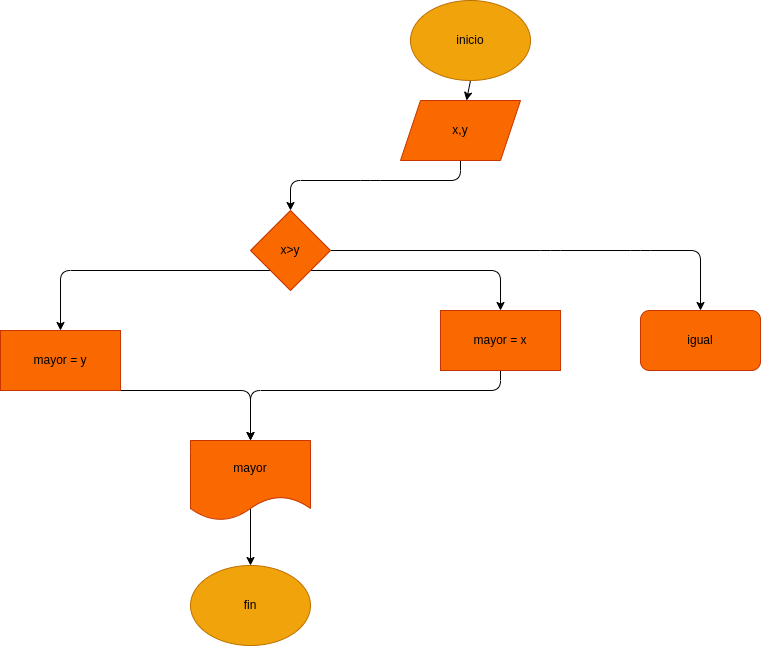
The draw.io diagram diagrama.png in fernandorangel2024/mayor_2enteros, before a commit. Source tidied: cells renumbered, new cells last; positions are measured from the earlier drawing's top-left corner, leaving out a move shared by most shapes.
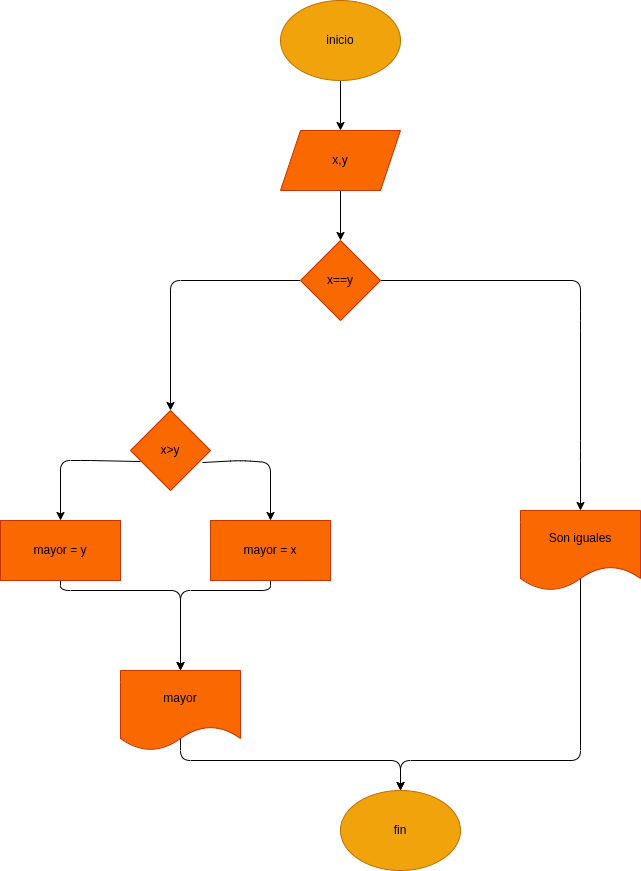
After the commit.

Commit message:
se agregó el progrma y el diagrama de flujo

The edit, as a diff of the source:
```diff
@@ -2,85 +2,105 @@
   <root>
     <mxCell id="0" />
     <mxCell id="1" parent="0" />
-    <mxCell id="2" style="edgeStyle=none;html=1;exitX=0.5;exitY=1;exitDx=0;exitDy=0;" parent="1" edge="1" source="3" target="9">
+    <mxCell id="2" style="edgeStyle=none;html=1;exitX=0.5;exitY=1;exitDx=0;exitDy=0;entryX=0.5;entryY=0;entryDx=0;entryDy=0;" parent="1" edge="1" source="3" target="9">
       <mxGeometry relative="1" as="geometry" />
     </mxCell>
     <mxCell id="3" value="inicio" style="ellipse;whiteSpace=wrap;html=1;fillColor=#f0a30a;strokeColor=#BD7000;fontColor=#000000;" parent="1" vertex="1">
-      <mxGeometry x="410" width="120" height="80" as="geometry" />
+      <mxGeometry x="400" y="-200" width="120" height="80" as="geometry" />
     </mxCell>
-    <mxCell id="4" style="edgeStyle=none;html=1;exitX=1;exitY=1;exitDx=0;exitDy=0;entryX=0.5;entryY=0;entryDx=0;entryDy=0;" parent="1" edge="1" source="7" target="13">
+    <mxCell id="4" style="edgeStyle=none;html=1;entryX=0.5;entryY=0;entryDx=0;entryDy=0;exitX=0.9;exitY=0.65;exitDx=0;exitDy=0;exitPerimeter=0;" parent="1" edge="1" source="7" target="13">
       <mxGeometry relative="1" as="geometry">
         <Array as="points">
-          <mxPoint x="500" y="270" />
+          <mxPoint x="360" y="260" />
+          <mxPoint x="390" y="262" />
         </Array>
       </mxGeometry>
     </mxCell>
+    <mxCell id="6" style="edgeStyle=none;html=1;exitX=1;exitY=0.5;exitDx=0;exitDy=0;" parent="1" edge="1" source="22">
+      <mxGeometry relative="1" as="geometry">
+        <mxPoint x="700" y="310" as="targetPoint" />
+        <Array as="points">
+          <mxPoint x="700" y="80" />
+          <mxPoint x="700" y="120" />
+          <mxPoint x="700" y="250" />
+          <mxPoint x="700" y="310" />
+        </Array>
+      </mxGeometry>
+    </mxCell>
-    <mxCell id="5" style="edgeStyle=none;html=1;exitX=0;exitY=1;exitDx=0;exitDy=0;entryX=0.5;entryY=0;entryDx=0;entryDy=0;" parent="1" edge="1" source="7" target="11">
+    <mxCell id="5" style="edgeStyle=none;html=1;exitX=0.125;exitY=0.638;exitDx=0;exitDy=0;entryX=0.5;entryY=0;entryDx=0;entryDy=0;exitPerimeter=0;" parent="1" edge="1" source="7" target="11">
       <mxGeometry relative="1" as="geometry">
         <Array as="points">
-          <mxPoint x="360" y="270" />
-          <mxPoint x="60" y="270" />
+          <mxPoint x="210" y="260" />
+          <mxPoint x="180" y="260" />
         </Array>
       </mxGeometry>
     </mxCell>
-    <mxCell id="6" style="edgeStyle=none;html=1;exitX=1;exitY=0.5;exitDx=0;exitDy=0;" parent="1" edge="1" source="7">
-      <mxGeometry relative="1" as="geometry">
-        <mxPoint x="700" y="310" as="targetPoint" />
-        <Array as="points">
-          <mxPoint x="550" y="250" />
-          <mxPoint x="640" y="250" />
-          <mxPoint x="700" y="250" />
-          <mxPoint x="700" y="310" />
-        </Array>
-      </mxGeometry>
-    </mxCell>
     <mxCell id="7" value="x&amp;gt;y" style="rhombus;whiteSpace=wrap;html=1;fillColor=#fa6800;fontColor=#000000;strokeColor=#C73500;" parent="1" vertex="1">
       <mxGeometry x="250" y="210" width="80" height="80" as="geometry" />
     </mxCell>
-    <mxCell id="8" style="edgeStyle=none;html=1;exitX=0.5;exitY=1;exitDx=0;exitDy=0;entryX=0.5;entryY=0;entryDx=0;entryDy=0;" parent="1" edge="1" source="9" target="7">
-      <mxGeometry relative="1" as="geometry">
-        <Array as="points">
-          <mxPoint x="460" y="180" />
-          <mxPoint x="370" y="180" />
-          <mxPoint x="290" y="180" />
-        </Array>
-      </mxGeometry>
-    </mxCell>
+    <mxCell id="18" style="edgeStyle=none;html=1;exitX=0.5;exitY=1;exitDx=0;exitDy=0;entryX=0.5;entryY=0;entryDx=0;entryDy=0;" parent="1" edge="1" source="9" target="22">
+      <mxGeometry relative="1" as="geometry" />
+    </mxCell>
     <mxCell id="9" value="x,y" style="shape=parallelogram;perimeter=parallelogramPerimeter;whiteSpace=wrap;html=1;fixedSize=1;fillColor=#fa6800;fontColor=#000000;strokeColor=#C73500;" parent="1" vertex="1">
-      <mxGeometry x="400" y="100" width="120" height="60" as="geometry" />
+      <mxGeometry x="400" y="-70" width="120" height="60" as="geometry" />
     </mxCell>
     <mxCell id="10" style="edgeStyle=none;html=1;exitX=0.5;exitY=1;exitDx=0;exitDy=0;entryX=0.5;entryY=0;entryDx=0;entryDy=0;" parent="1" edge="1" source="11" target="15">
       <mxGeometry relative="1" as="geometry">
         <Array as="points">
-          <mxPoint x="250" y="390" />
+          <mxPoint x="180" y="390" />
+          <mxPoint x="300" y="390" />
         </Array>
       </mxGeometry>
     </mxCell>
     <mxCell id="11" value="mayor = y" style="rounded=0;whiteSpace=wrap;html=1;fillColor=#fa6800;fontColor=#000000;strokeColor=#C73500;" parent="1" vertex="1">
-      <mxGeometry y="330" width="120" height="60" as="geometry" />
+      <mxGeometry x="120" y="320" width="120" height="60" as="geometry" />
     </mxCell>
     <mxCell id="12" style="edgeStyle=none;html=1;exitX=0.5;exitY=1;exitDx=0;exitDy=0;entryX=0.5;entryY=0;entryDx=0;entryDy=0;" parent="1" edge="1" source="13" target="15">
       <mxGeometry relative="1" as="geometry">
         <Array as="points">
-          <mxPoint x="500" y="390" />
-          <mxPoint x="250" y="390" />
+          <mxPoint x="390" y="390" />
+          <mxPoint x="300" y="390" />
         </Array>
       </mxGeometry>
     </mxCell>
     <mxCell id="13" value="mayor = x" style="rounded=0;whiteSpace=wrap;html=1;fillColor=#fa6800;fontColor=#000000;strokeColor=#C73500;" parent="1" vertex="1">
-      <mxGeometry x="440" y="310" width="120" height="60" as="geometry" />
+      <mxGeometry x="330" y="320" width="120" height="60" as="geometry" />
     </mxCell>
     <mxCell id="14" style="edgeStyle=none;html=1;exitX=0.5;exitY=0;exitDx=0;exitDy=0;entryX=0.5;entryY=0;entryDx=0;entryDy=0;" parent="1" edge="1" source="15" target="16">
-      <mxGeometry relative="1" as="geometry" />
+      <mxGeometry relative="1" as="geometry">
+        <Array as="points">
+          <mxPoint x="300" y="500" />
+          <mxPoint x="300" y="560" />
+          <mxPoint x="520" y="560" />
+        </Array>
+      </mxGeometry>
     </mxCell>
     <mxCell id="15" value="mayor" style="shape=document;whiteSpace=wrap;html=1;boundedLbl=1;fillColor=#fa6800;fontColor=#000000;strokeColor=#C73500;" parent="1" vertex="1">
-      <mxGeometry x="190" y="440" width="120" height="80" as="geometry" />
+      <mxGeometry x="240" y="470" width="120" height="80" as="geometry" />
     </mxCell>
     <mxCell id="16" value="fin" style="ellipse;whiteSpace=wrap;html=1;fillColor=#f0a30a;fontColor=#000000;strokeColor=#BD7000;" parent="1" vertex="1">
-      <mxGeometry x="190" y="565" width="120" height="80" as="geometry" />
+      <mxGeometry x="460" y="590" width="120" height="80" as="geometry" />
     </mxCell>
-    <mxCell id="17" value="igual" style="rounded=1;whiteSpace=wrap;html=1;fillColor=#fa6800;fontColor=#000000;strokeColor=#C73500;" parent="1" vertex="1">
-      <mxGeometry x="640" y="310" width="120" height="60" as="geometry" />
-    </mxCell>
+    <mxCell id="19" style="edgeStyle=none;html=1;exitX=0.5;exitY=0;exitDx=0;exitDy=0;entryX=0.5;entryY=0;entryDx=0;entryDy=0;" parent="1" edge="1" source="20" target="16">
+      <mxGeometry relative="1" as="geometry">
+        <Array as="points">
+          <mxPoint x="700" y="560" />
+          <mxPoint x="520" y="560" />
+        </Array>
+      </mxGeometry>
+    </mxCell>
+    <mxCell id="20" value="Son iguales" style="shape=document;whiteSpace=wrap;html=1;boundedLbl=1;fillColor=#fa6800;fontColor=#000000;strokeColor=#C73500;" parent="1" vertex="1">
+      <mxGeometry x="640" y="310" width="120" height="80" as="geometry" />
+    </mxCell>
+    <mxCell id="21" style="edgeStyle=none;html=1;exitX=0;exitY=0.5;exitDx=0;exitDy=0;entryX=0.5;entryY=0;entryDx=0;entryDy=0;" parent="1" edge="1" source="22" target="7">
+      <mxGeometry relative="1" as="geometry">
+        <Array as="points">
+          <mxPoint x="290" y="80" />
+        </Array>
+      </mxGeometry>
+    </mxCell>
+    <mxCell id="22" value="x==y" style="rhombus;whiteSpace=wrap;html=1;fillColor=#fa6800;fontColor=#000000;strokeColor=#C73500;" parent="1" vertex="1">
+      <mxGeometry x="420" y="40" width="80" height="80" as="geometry" />
+    </mxCell>
   </root>
 </mxGraphModel>
```
